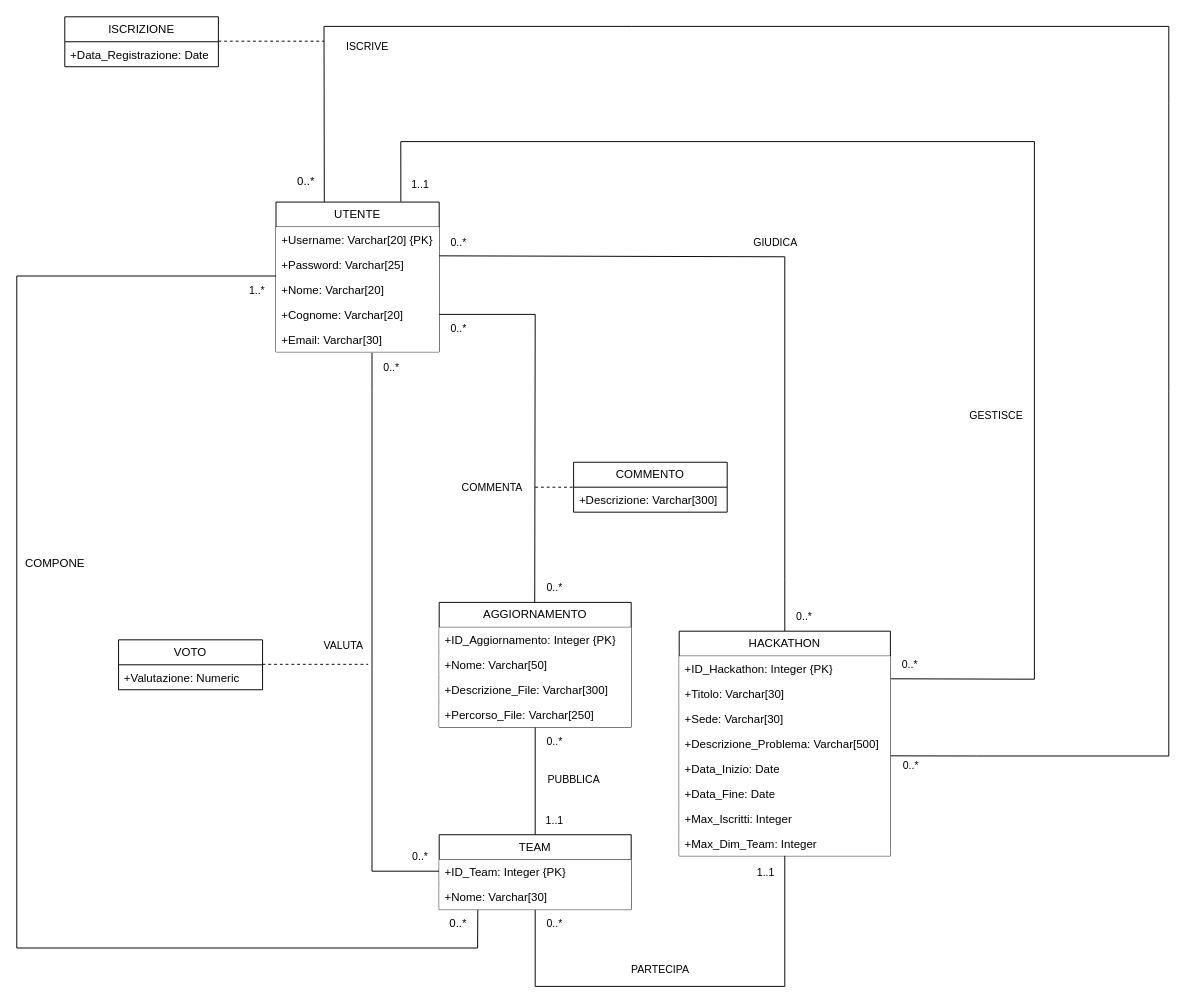
The draw.io diagram Diagramma Hackathon Ristrutturato.drawio in galetizia/Progetto-DB, before the edit. Source tidied: cells renumbered, new cells numbered last; positions are measured from the earlier drawing's top-left corner, leaving out a move shared by most shapes. Both pictures are drawn from the tidied source at 96%, with x=0, y=0 at pixel (16, 16).
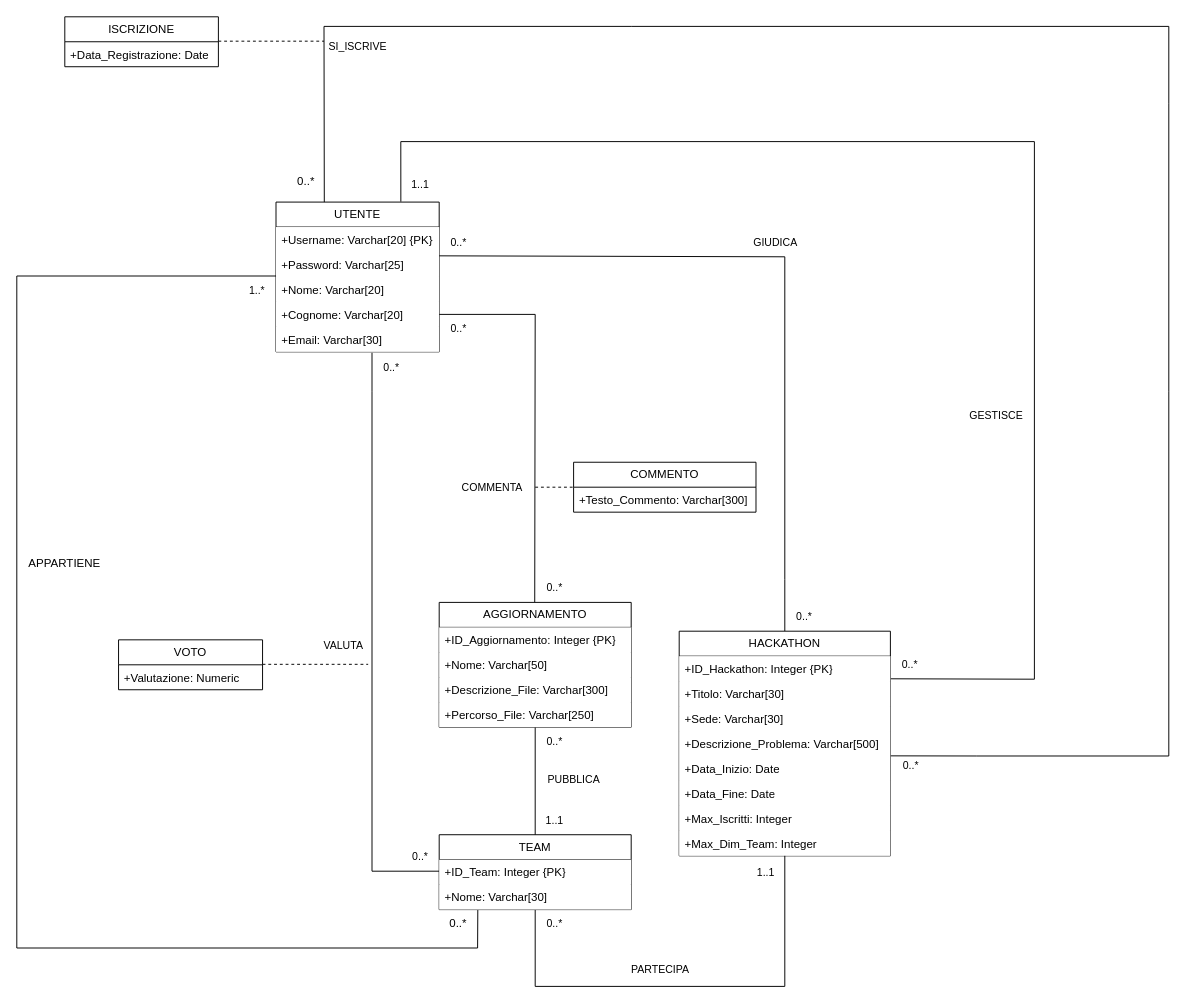
The same page after the edit.

Commit message (it also covers changes not shown here):
Aggiornato Diagramma

Unchanged cells that the change refers to:
```xml
<mxCell id="52" style="endArrow=none;html=1;rounded=0;entryX=1.002;entryY=-0.006;entryDx=0;entryDy=0;entryPerimeter=0;exitX=0.296;exitY=0;exitDx=0;exitDy=0;exitPerimeter=0;" parent="1" edge="1" source="2" target="16">
  <mxGeometry relative="1" as="geometry">
    <Array as="points">
      <mxPoint x="320" y="10" />
      <mxPoint x="640" y="10" />
      <mxPoint x="820" y="10" />
      <mxPoint x="1200" y="10" />
      <mxPoint x="1200" y="90" />
      <mxPoint x="1200" y="390" />
      <mxPoint x="1200" y="770" />
      <mxPoint x="1000" y="770" />
    </Array>
  </mxGeometry>
</mxCell>
```

What changed in the source:
```diff
@@
-    <mxCell id="54" value="ISCRIVE" style="edgeLabel;html=1;align=center;verticalAlign=middle;" parent="52" vertex="1">
+    <mxCell id="54" value="SI_ISCRIVE" style="edgeLabel;html=1;align=center;verticalAlign=middle;" parent="52" vertex="1">
       <mxGeometry x="-0.36" y="-1" relative="1" as="geometry">
-        <mxPoint x="-448" y="19" as="offset" />
+        <mxPoint x="-458" y="19" as="offset" />
       </mxGeometry>
     </mxCell>
@@
     <mxCell id="57" value="COMMENTO" style="swimlane;fontStyle=0;horizontal=1;startSize=26;fillColor=none;whiteSpace=wrap;html=1;" parent="1" vertex="1">
-      <mxGeometry x="580" y="464" width="160" height="52" as="geometry" />
+      <mxGeometry x="580" y="464" width="190" height="52" as="geometry" />
     </mxCell>
-    <mxCell id="58" value="+Descrizione: Varchar[300]" style="text;strokeColor=none;fillColor=none;align=left;verticalAlign=top;spacingLeft=4;spacingRight=4;overflow=hidden;whiteSpace=wrap;html=1;" parent="57" vertex="1">
-      <mxGeometry y="26" width="160" height="26" as="geometry" />
+    <mxCell id="58" value="+Testo_Commento: Varchar[300]" style="text;strokeColor=none;fillColor=none;align=left;verticalAlign=top;spacingLeft=4;spacingRight=4;overflow=hidden;whiteSpace=wrap;html=1;" parent="57" vertex="1">
+      <mxGeometry y="26" width="190" height="26" as="geometry" />
     </mxCell>
@@
-    <mxCell id="61" value="COMPONE" style="text;html=1;whiteSpace=wrap;strokeColor=none;fillColor=none;align=center;verticalAlign=middle;rounded=0;" parent="1" vertex="1">
-      <mxGeometry x="10" y="555" width="60" height="30" as="geometry" />
+    <mxCell id="61" value="APPARTIENE" style="text;html=1;whiteSpace=wrap;strokeColor=none;fillColor=none;align=center;verticalAlign=middle;rounded=0;" parent="1" vertex="1">
+      <mxGeometry x="20" y="555" width="60" height="30" as="geometry" />
     </mxCell>
```
